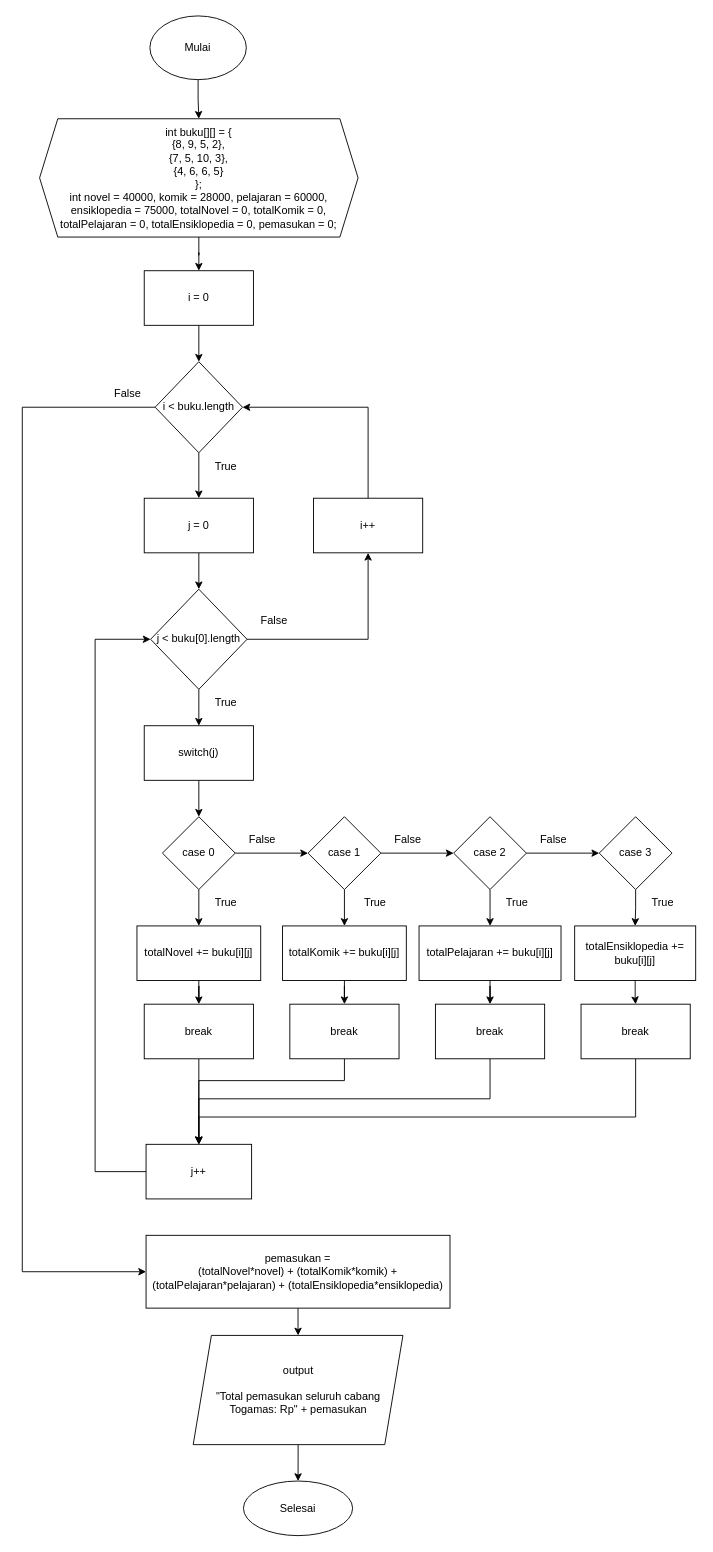
Above: page "No. 2" (2 of 3) of Tugas9_2_Naufal.drawio in nhaidaar/daspro (draw.io), before the change. Source tidied: cells renumbered, new cells numbered last; positions are measured from the earlier drawing's top-left corner, leaving out a move shared by most shapes. Both pictures are drawn from the tidied source at 91%, with x=0, y=0 at pixel (22, 15).
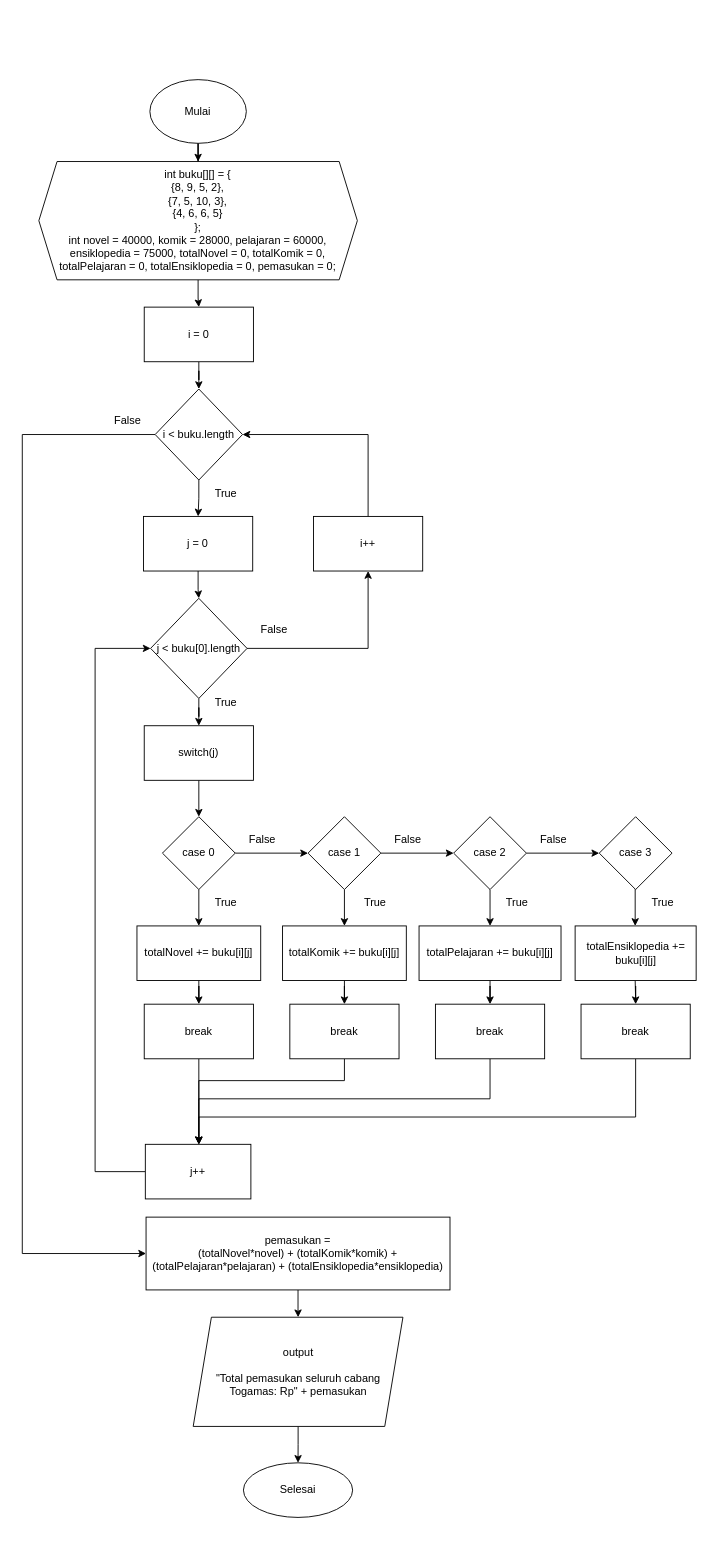
Above is the later version.

Unchanged cells that the change refers to:
```xml
<mxCell id="27" value="case 3" style="rhombus;whiteSpace=wrap;html=1;" parent="1" vertex="1">
  <mxGeometry x="634" y="880" width="80" height="80" as="geometry" />
</mxCell>
<mxCell id="37" value="break" style="whiteSpace=wrap;html=1;" parent="1" vertex="1">
  <mxGeometry x="134" y="1086" width="120" height="60" as="geometry" />
</mxCell>
<mxCell id="39" value="break" style="whiteSpace=wrap;html=1;" parent="1" vertex="1">
  <mxGeometry x="294" y="1086" width="120" height="60" as="geometry" />
</mxCell>
<mxCell id="41" value="break" style="whiteSpace=wrap;html=1;" parent="1" vertex="1">
  <mxGeometry x="454" y="1086" width="120" height="60" as="geometry" />
</mxCell>
<mxCell id="43" value="break" style="whiteSpace=wrap;html=1;" parent="1" vertex="1">
  <mxGeometry x="614" y="1086" width="120" height="60" as="geometry" />
</mxCell>
```

Change to the diagram source:
```diff
@@
     <mxCell id="3" value="Mulai" style="ellipse;whiteSpace=wrap;html=1;" parent="1" vertex="1">
-      <mxGeometry x="140.2" width="106" height="70" as="geometry" />
+      <mxGeometry x="140.2" y="70" width="106" height="70" as="geometry" />
     </mxCell>
@@
     <mxCell id="6" value="i = 0" style="whiteSpace=wrap;html=1;" parent="1" vertex="1">
-      <mxGeometry x="134" y="280" width="120" height="60" as="geometry" />
+      <mxGeometry x="134" y="320" width="120" height="60" as="geometry" />
     </mxCell>
@@
     <mxCell id="8" style="edgeStyle=orthogonalEdgeStyle;rounded=0;jettySize=auto;html=1;" parent="1" edge="1" source="9" target="49">
       <mxGeometry relative="1" as="geometry">
         <Array as="points">
-          <mxPoint y="430" />
-          <mxPoint y="1380" />
+          <mxPoint y="460" />
+          <mxPoint y="1360" />
         </Array>
       </mxGeometry>
     </mxCell>
     <mxCell id="9" value="i &amp;lt; buku.length" style="rhombus;whiteSpace=wrap;html=1;" parent="1" vertex="1">
-      <mxGeometry x="146" y="380" width="96" height="100" as="geometry" />
+      <mxGeometry x="146" y="410" width="96" height="100" as="geometry" />
     </mxCell>
@@
     <mxCell id="11" value="j = 0" style="whiteSpace=wrap;html=1;" parent="1" vertex="1">
-      <mxGeometry x="134" y="530" width="120" height="60" as="geometry" />
+      <mxGeometry x="133.2" y="550" width="120" height="60" as="geometry" />
     </mxCell>
@@
     <mxCell id="14" value="j &amp;lt; buku[0].length" style="rhombus;whiteSpace=wrap;html=1;" parent="1" vertex="1">
-      <mxGeometry x="141" y="630" width="106" height="110" as="geometry" />
+      <mxGeometry x="141" y="640" width="106" height="110" as="geometry" />
     </mxCell>
@@
-    <mxCell id="26" style="edgeStyle=orthogonalEdgeStyle;rounded=0;jettySize=auto;html=1;" parent="1" edge="1" source="27" target="35">
-      <mxGeometry relative="1" as="geometry" />
+    <mxCell id="26" style="edgeStyle=orthogonalEdgeStyle;rounded=0;jettySize=auto;html=1;" parent="1" edge="1" source="27">
+      <mxGeometry relative="1" as="geometry">
+        <mxPoint x="673.5" y="1000" as="targetPoint" />
+      </mxGeometry>
     </mxCell>
@@
-    <mxCell id="34" style="edgeStyle=orthogonalEdgeStyle;rounded=0;jettySize=auto;html=1;" parent="1" edge="1" source="35" target="43">
-      <mxGeometry relative="1" as="geometry" />
+    <mxCell id="34" style="edgeStyle=orthogonalEdgeStyle;rounded=0;jettySize=auto;html=1;" parent="1" edge="1" target="43">
+      <mxGeometry relative="1" as="geometry">
+        <mxPoint x="673.5" y="1060" as="sourcePoint" />
+      </mxGeometry>
     </mxCell>
     <mxCell id="35" value="totalEnsiklopedia += buku[i][j]" style="whiteSpace=wrap;html=1;" parent="1" vertex="1">
-      <mxGeometry x="607" y="1000" width="133" height="60" as="geometry" />
+      <mxGeometry x="607.5" y="1000" width="133" height="60" as="geometry" />
     </mxCell>
-    <mxCell id="36" style="edgeStyle=orthogonalEdgeStyle;rounded=0;jettySize=auto;html=1;exitX=0.5;exitY=1;exitDx=0;exitDy=0;entryX=0.5;entryY=0;entryDx=0;entryDy=0;" parent="1" edge="1" source="37" target="45">
-      <mxGeometry relative="1" as="geometry" />
+    <mxCell id="36" style="edgeStyle=orthogonalEdgeStyle;rounded=0;jettySize=auto;html=1;exitX=0.5;exitY=1;exitDx=0;exitDy=0;entryX=0.5;entryY=0;entryDx=0;entryDy=0;" parent="1" edge="1" source="37">
+      <mxGeometry relative="1" as="geometry">
+        <mxPoint x="194" y="1240" as="targetPoint" />
+      </mxGeometry>
     </mxCell>
@@
-    <mxCell id="38" style="edgeStyle=orthogonalEdgeStyle;rounded=0;jettySize=auto;html=1;exitX=0.5;exitY=1;exitDx=0;exitDy=0;" parent="1" edge="1" source="39" target="45">
+    <mxCell id="38" style="edgeStyle=orthogonalEdgeStyle;rounded=0;jettySize=auto;html=1;exitX=0.5;exitY=1;exitDx=0;exitDy=0;" parent="1" edge="1" source="39">
       <mxGeometry relative="1" as="geometry">
+        <mxPoint x="194" y="1240" as="targetPoint" />
         <Array as="points">
           <mxPoint x="354" y="1170" />
           <mxPoint x="194" y="1170" />
         </Array>
       </mxGeometry>
     </mxCell>
@@
-    <mxCell id="40" style="edgeStyle=orthogonalEdgeStyle;rounded=0;jettySize=auto;html=1;exitX=0.5;exitY=1;exitDx=0;exitDy=0;" parent="1" edge="1" source="41" target="45">
+    <mxCell id="40" style="edgeStyle=orthogonalEdgeStyle;rounded=0;jettySize=auto;html=1;exitX=0.5;exitY=1;exitDx=0;exitDy=0;" parent="1" edge="1" source="41">
       <mxGeometry relative="1" as="geometry">
+        <mxPoint x="194" y="1240" as="targetPoint" />
         <Array as="points">
           <mxPoint x="514" y="1190" />
           <mxPoint x="194" y="1190" />
         </Array>
       </mxGeometry>
     </mxCell>
@@
-    <mxCell id="42" style="edgeStyle=orthogonalEdgeStyle;rounded=0;jettySize=auto;html=1;exitX=0.5;exitY=1;exitDx=0;exitDy=0;" parent="1" edge="1" source="43" target="45">
+    <mxCell id="42" style="edgeStyle=orthogonalEdgeStyle;rounded=0;jettySize=auto;html=1;exitX=0.5;exitY=1;exitDx=0;exitDy=0;" parent="1" edge="1" source="43">
       <mxGeometry relative="1" as="geometry">
+        <mxPoint x="194" y="1240" as="targetPoint" />
         <Array as="points">
           <mxPoint x="674" y="1210" />
           <mxPoint x="194" y="1210" />
         </Array>
       </mxGeometry>
     </mxCell>
@@
     <mxCell id="44" style="edgeStyle=orthogonalEdgeStyle;rounded=0;jettySize=auto;html=1;exitX=0;exitY=0.5;exitDx=0;exitDy=0;entryX=0;entryY=0.5;entryDx=0;entryDy=0;" parent="1" edge="1" source="45" target="14">
       <mxGeometry relative="1" as="geometry">
         <Array as="points">
           <mxPoint x="80" y="1270" />
-          <mxPoint x="80" y="685" />
+          <mxPoint x="80" y="695" />
         </Array>
       </mxGeometry>
     </mxCell>
     <mxCell id="45" value="j++" style="rounded=0;whiteSpace=wrap;html=1;" parent="1" vertex="1">
-      <mxGeometry x="136" y="1240" width="116" height="60" as="geometry" />
+      <mxGeometry x="135.2" y="1240" width="116" height="60" as="geometry" />
     </mxCell>
@@
     <mxCell id="47" value="i++" style="whiteSpace=wrap;html=1;" parent="1" vertex="1">
-      <mxGeometry x="320" y="530" width="120" height="60" as="geometry" />
+      <mxGeometry x="320" y="550" width="120" height="60" as="geometry" />
     </mxCell>
@@
     <mxCell id="49" value="pemasukan = &lt;br&gt;(totalNovel*novel) + (totalKomik*komik) + (totalPelajaran*pelajaran) + (totalEnsiklopedia*ensiklopedia)" style="whiteSpace=wrap;html=1;" parent="1" vertex="1">
-      <mxGeometry x="136" y="1340" width="334" height="80" as="geometry" />
+      <mxGeometry x="136" y="1320" width="334" height="80" as="geometry" />
     </mxCell>
@@
     <mxCell id="51" value="output&lt;br&gt;&lt;br&gt;&quot;Total pemasukan seluruh cabang Togamas: Rp&quot; + pemasukan" style="shape=parallelogram;perimeter=parallelogramPerimeter;whiteSpace=wrap;html=1;fixedSize=1;" parent="1" vertex="1">
-      <mxGeometry x="187.8" y="1450" width="230.5" height="120" as="geometry" />
+      <mxGeometry x="187.8" y="1430" width="230.5" height="120" as="geometry" />
     </mxCell>
     <mxCell id="52" value="int buku[][] = {&lt;br&gt;{8, 9, 5, 2},&lt;br&gt;{7, 5, 10, 3},&lt;br&gt;{4, 6, 6, 5}&lt;br&gt;};&lt;br&gt;int novel = 40000, komik = 28000, pelajaran = 60000, ensiklopedia = 75000, totalNovel = 0, totalKomik = 0, totalPelajaran = 0, totalEnsiklopedia = 0, pemasukan = 0;" style="shape=hexagon;perimeter=hexagonPerimeter2;whiteSpace=wrap;html=1;fixedSize=1;" parent="1" vertex="1">
-      <mxGeometry x="19" y="113" width="350" height="130" as="geometry" />
+      <mxGeometry x="18.2" y="160" width="350" height="130" as="geometry" />
     </mxCell>
     <mxCell id="53" value="Selesai" style="ellipse;whiteSpace=wrap;html=1;" parent="1" vertex="1">
-      <mxGeometry x="243" y="1610" width="120" height="60" as="geometry" />
+      <mxGeometry x="243" y="1590" width="120" height="60" as="geometry" />
     </mxCell>
     <mxCell id="54" value="True" style="text;html=1;strokeColor=none;fillColor=none;align=center;verticalAlign=middle;whiteSpace=wrap;rounded=0;" parent="1" vertex="1">
-      <mxGeometry x="194" y="480" width="60" height="30" as="geometry" />
+      <mxGeometry x="194" y="510" width="60" height="30" as="geometry" />
     </mxCell>
@@
     <mxCell id="60" value="False" style="text;html=1;strokeColor=none;fillColor=none;align=center;verticalAlign=middle;whiteSpace=wrap;rounded=0;" parent="1" vertex="1">
-      <mxGeometry x="86" y="400" width="60" height="30" as="geometry" />
+      <mxGeometry x="86" y="430" width="60" height="30" as="geometry" />
     </mxCell>
     <mxCell id="61" value="False" style="text;html=1;strokeColor=none;fillColor=none;align=center;verticalAlign=middle;whiteSpace=wrap;rounded=0;" parent="1" vertex="1">
-      <mxGeometry x="247" y="650" width="60" height="30" as="geometry" />
+      <mxGeometry x="247" y="660" width="60" height="30" as="geometry" />
     </mxCell>
```
